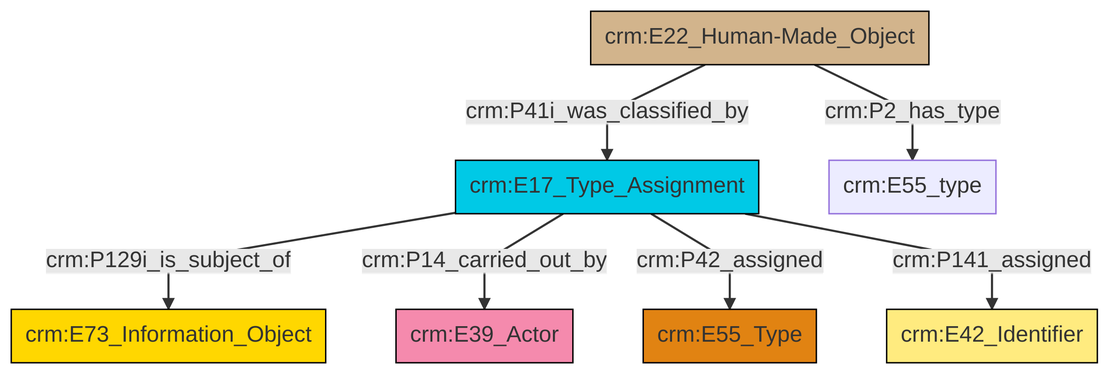
This is et/builtWorkCSV/ttl/mmd/png/Built_Work_designation_status.png from swiss-art-research-net/docs.swissartresearch, a Mermaid export, as it was before one commit. Its source is kept beside it as et/builtWorkCSV/ttl/mmd/Built_Work_designation_status.ttl.mmd.
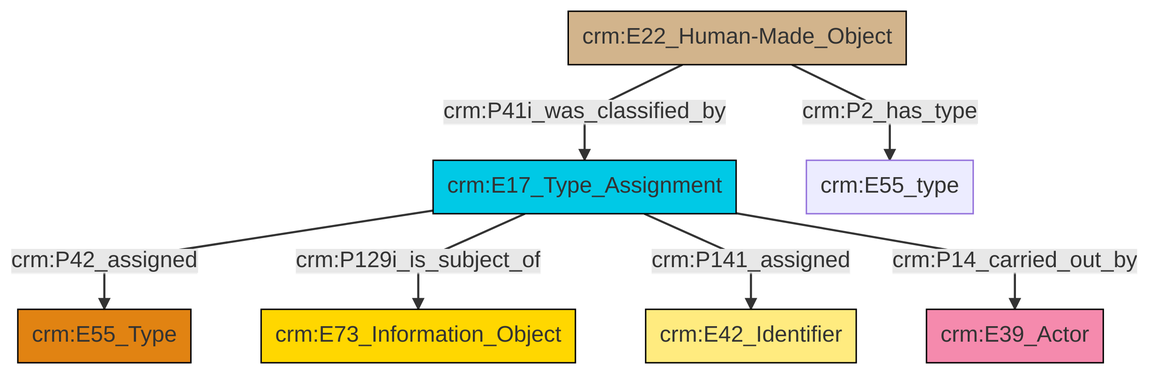
Above is the later version.

Change to the diagram source:
```diff
@@ -13,9 +13,9 @@
 classDef PC_Classes fill:#4ce600, stroke:#000000;
 classDef Multi fill:#cccccc,stroke:#000000;
 
-0["crm:E17_Type_Assignment"]:::Temporal_Entity -->|crm:P129i_is_subject_of| 1["crm:E73_Information_Object"]:::Conceptual_Object
-0["crm:E17_Type_Assignment"]:::Temporal_Entity -->|crm:P14_carried_out_by| 2["crm:E39_Actor"]:::Actor
-0["crm:E17_Type_Assignment"]:::Temporal_Entity -->|crm:P42_assigned| 3["crm:E55_Type"]:::Type
-8["crm:E22_Human-Made_Object"]:::Physical_Thing -->|crm:P41i_was_classified_by| 0["crm:E17_Type_Assignment"]:::Temporal_Entity
-0["crm:E17_Type_Assignment"]:::Temporal_Entity -->|crm:P141_assigned| 11["crm:E42_Identifier"]:::Appellation
-8["crm:E22_Human-Made_Object"]:::Physical_Thing -->|crm:P2_has_type| 4["crm:E55_type"]:::Default
+5["crm:E22_Human-Made_Object"]:::Physical_Thing -->|crm:P41i_was_classified_by| 6["crm:E17_Type_Assignment"]:::Temporal_Entity
+6["crm:E17_Type_Assignment"]:::Temporal_Entity -->|crm:P42_assigned| 2["crm:E55_Type"]:::Type
+6["crm:E17_Type_Assignment"]:::Temporal_Entity -->|crm:P129i_is_subject_of| 7["crm:E73_Information_Object"]:::Conceptual_Object
+6["crm:E17_Type_Assignment"]:::Temporal_Entity -->|crm:P141_assigned| 11["crm:E42_Identifier"]:::Appellation
+5["crm:E22_Human-Made_Object"]:::Physical_Thing -->|crm:P2_has_type| 9["crm:E55_type"]:::Default
+6["crm:E17_Type_Assignment"]:::Temporal_Entity -->|crm:P14_carried_out_by| 0["crm:E39_Actor"]:::Actor
```
